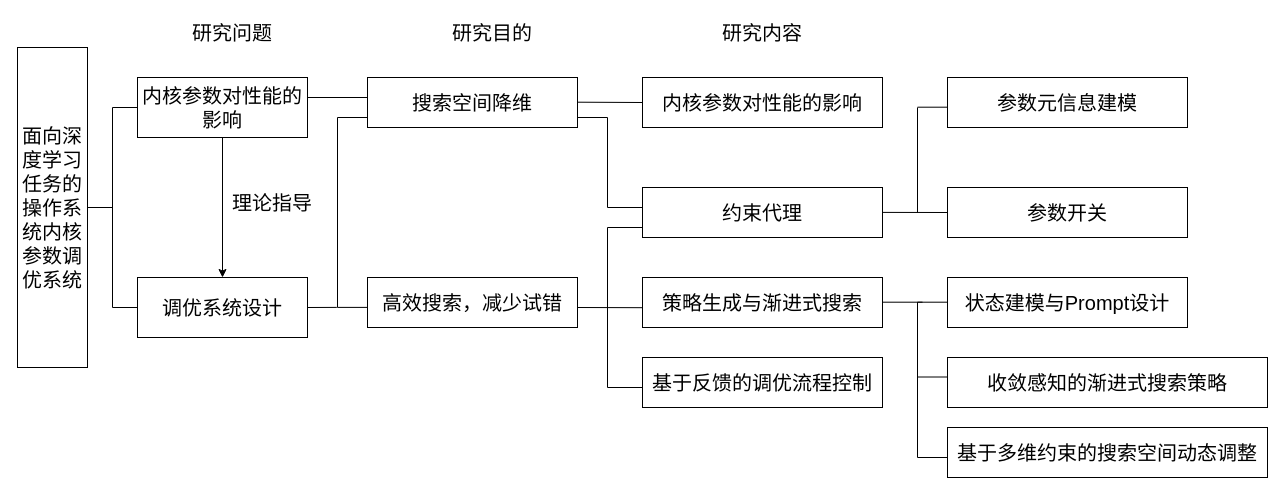
This is 硕士论文1.drawio from DonCoyi/_pictures, a draw.io file, before an edit. Source tidied: cells renumbered, new cells numbered last; positions are measured from the earlier drawing's top-left corner, leaving out a move shared by most shapes. Both pictures are drawn from the tidied source at 100%, with x=0, y=0 at pixel (17, 17).
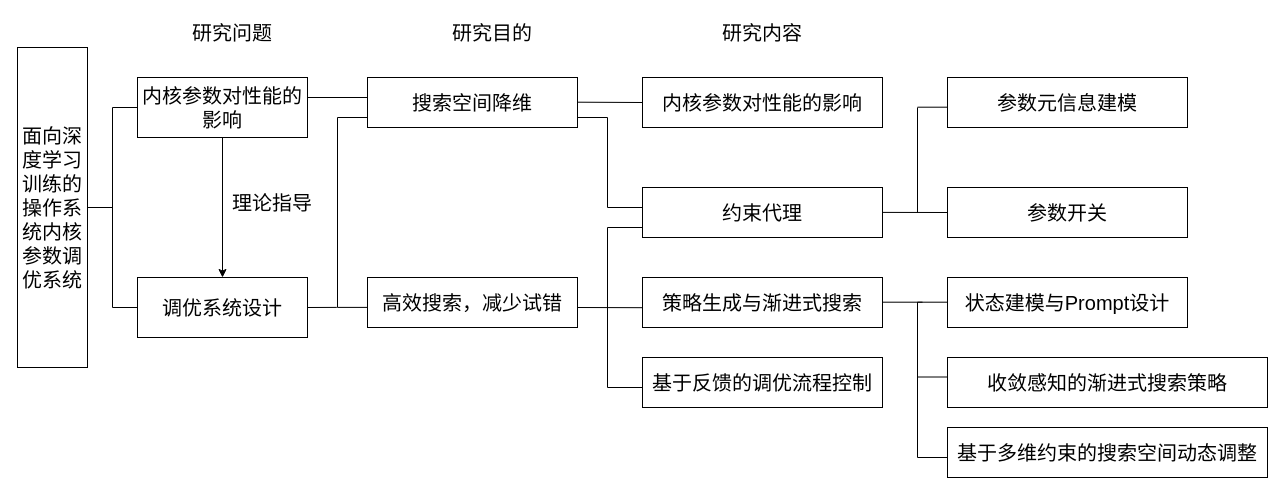
The same page after the edit.

Commit message:
更新硕士论文1.drawio

Change to the diagram source:
```diff
@@
-    <mxCell id="2" value="&lt;p class=&quot;MsoNormal&quot; align=&quot;center&quot; style=&quot;text-indent: 0cm; line-height: 120%;&quot;&gt;&lt;font&gt;&lt;a name=&quot;_Toc162113345&quot;&gt;&lt;/a&gt;&lt;a name=&quot;_Toc162125558&quot;&gt;&lt;/a&gt;&lt;a name=&quot;_Toc162125782&quot;&gt;&lt;/a&gt;&lt;a name=&quot;_Toc162200578&quot;&gt;&lt;/a&gt;&lt;a name=&quot;_Toc162626720&quot;&gt;&lt;/a&gt;&lt;a name=&quot;_Toc162702312&quot;&gt;&lt;/a&gt;&lt;a name=&quot;_Toc162807064&quot;&gt;&lt;span style=&quot;line-height: 120%; font-family: 宋体;&quot;&gt;面向深度学习任务的操作系统内核参数调优系统&lt;/span&gt;&lt;/a&gt;&lt;/font&gt;&lt;b&gt;&lt;span lang=&quot;EN-US&quot; style=&quot;font-size:&amp;lt;br/&amp;gt;26.0pt;mso-bidi-font-size:12.0pt;line-height:120%&quot;&gt;&lt;/span&gt;&lt;/b&gt;&lt;/p&gt;" style="rounded=0;whiteSpace=wrap;html=1;fontSize=20;" parent="1" vertex="1">
+    <mxCell id="2" value="&lt;p class=&quot;MsoNormal&quot; align=&quot;center&quot; style=&quot;text-indent: 0cm; line-height: 120%;&quot;&gt;&lt;font&gt;&lt;a name=&quot;_Toc162113345&quot;&gt;&lt;/a&gt;&lt;a name=&quot;_Toc162125558&quot;&gt;&lt;/a&gt;&lt;a name=&quot;_Toc162125782&quot;&gt;&lt;/a&gt;&lt;a name=&quot;_Toc162200578&quot;&gt;&lt;/a&gt;&lt;a name=&quot;_Toc162626720&quot;&gt;&lt;/a&gt;&lt;a name=&quot;_Toc162702312&quot;&gt;&lt;/a&gt;&lt;a name=&quot;_Toc162807064&quot;&gt;&lt;span style=&quot;line-height: 120%; font-family: 宋体;&quot;&gt;面向深度学习训练的操作系统内核参数调优系统&lt;/span&gt;&lt;/a&gt;&lt;/font&gt;&lt;b&gt;&lt;span lang=&quot;EN-US&quot; style=&quot;font-size:&amp;lt;br/&amp;gt;26.0pt;mso-bidi-font-size:12.0pt;line-height:120%&quot;&gt;&lt;/span&gt;&lt;/b&gt;&lt;/p&gt;" style="rounded=0;whiteSpace=wrap;html=1;fontSize=20;" parent="1" vertex="1">
       <mxGeometry y="30" width="70" height="320" as="geometry" />
     </mxCell>
```
